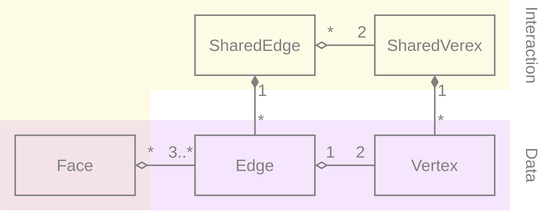
Above: wiki/MetaMeshGraph.svg in YoanWithY/kayo (draw.io), before the change. Source tidied: cells renumbered, new cells last; positions are measured from the earlier drawing's top-left corner, leaving out a move shared by most shapes.
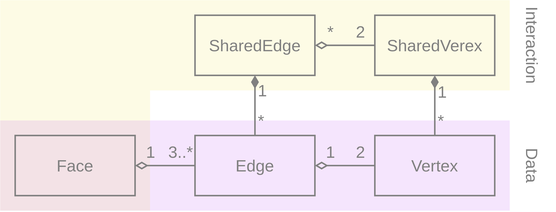
Later version of the same file.

What changed in the source:
```diff
@@ -87,7 +87,7 @@
         <mxPoint x="-4" as="offset" />
       </mxGeometry>
     </mxCell>
-    <mxCell id="23" value="*" style="edgeLabel;html=1;align=center;verticalAlign=bottom;fontSize=11;fontFamily=Helvetica;fontColor=#808080;labelBackgroundColor=none;" parent="21" vertex="1">
+    <mxCell id="23" value="1" style="edgeLabel;html=1;align=center;verticalAlign=bottom;fontSize=11;fontFamily=Helvetica;fontColor=#808080;labelBackgroundColor=none;" parent="21" vertex="1">
       <mxGeometry x="-0.41" y="-1" relative="1" as="geometry">
         <mxPoint x="-2" y="-1" as="offset" />
       </mxGeometry>
```
